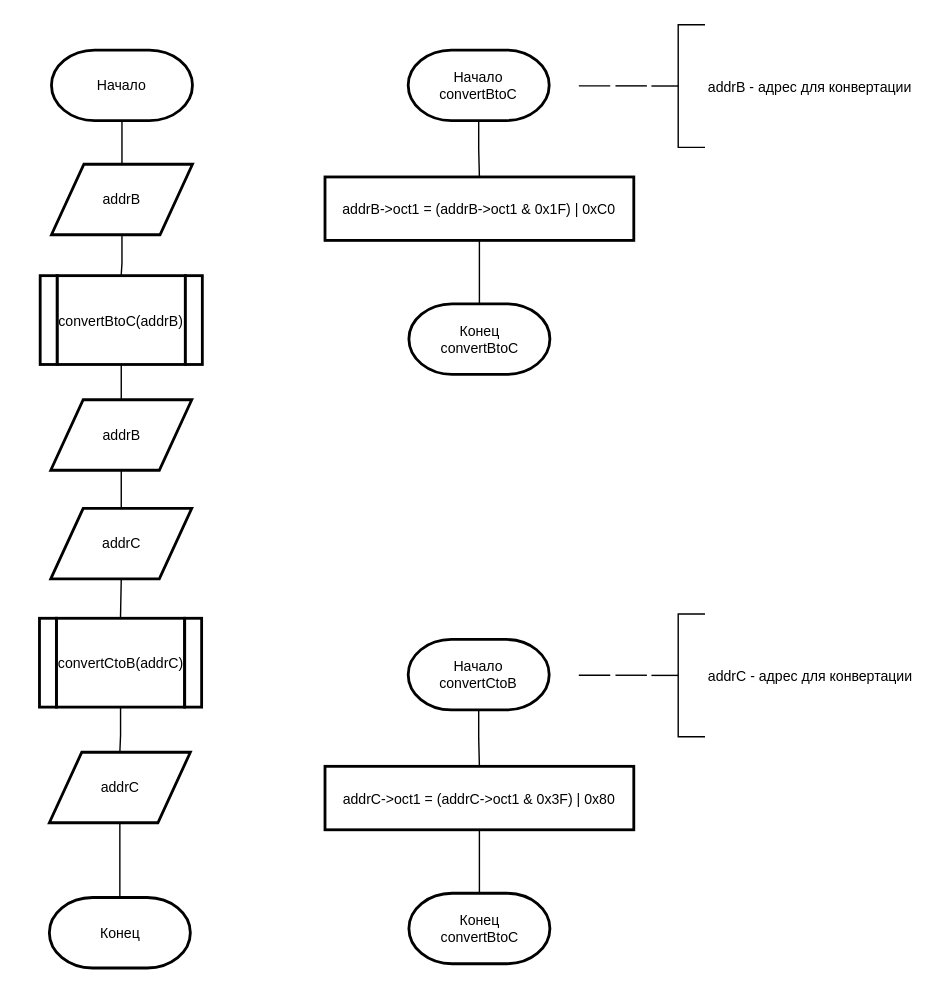
The draw.io diagram page "main" (1 of 2) of labs/011/3311sharpinskiy-lab00.drawio in Pyc-Nya/leti-programming-1-course, before the edit. Source tidied: cells renumbered, new cells numbered last; positions are measured from the earlier drawing's top-left corner, leaving out a move shared by most shapes. Both pictures are drawn from the tidied source at 141%, with x=0, y=0 at pixel (24, 24).
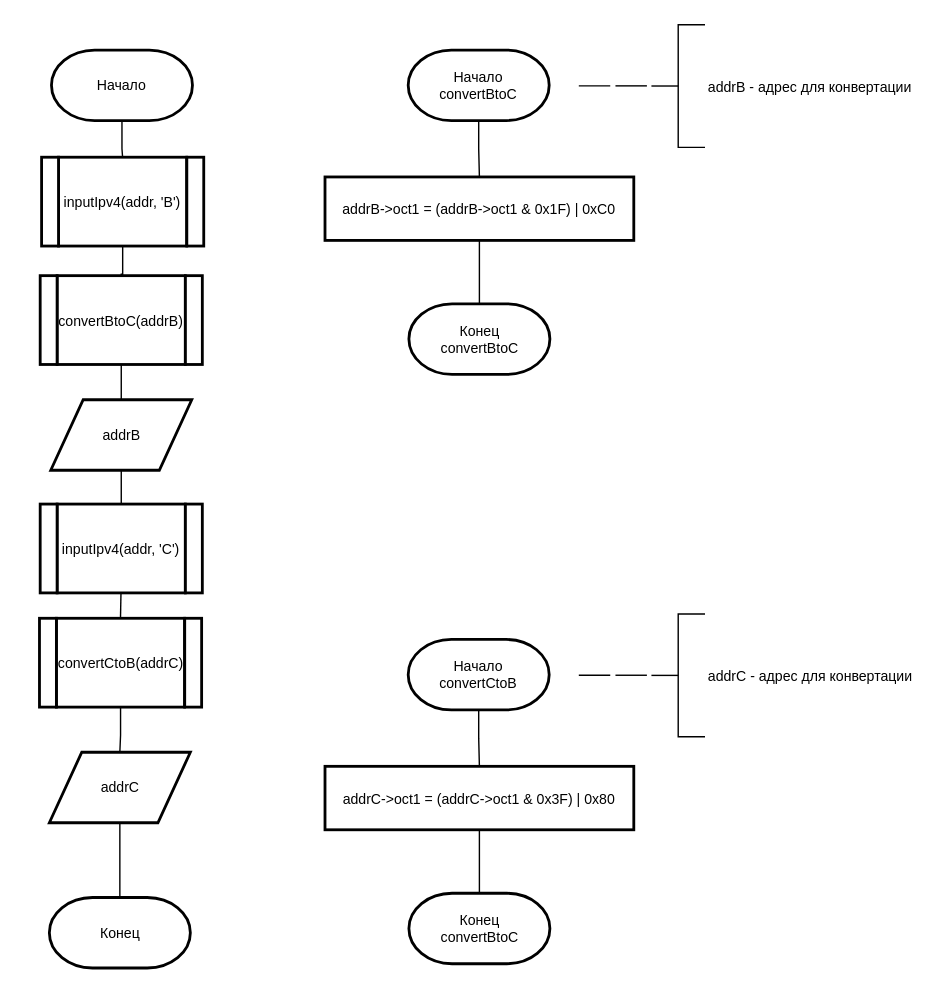
The same page after the edit.

Unchanged cells that the change refers to:
```xml
<mxCell id="3" value="Начало" style="strokeWidth=2;html=1;shape=mxgraph.flowchart.terminator;whiteSpace=wrap;fontSize=10;" parent="1" vertex="1">
  <mxGeometry x="19" y="18" width="100" height="50" as="geometry" />
</mxCell>
<mxCell id="8" value="&lt;span style=&quot;font-size: 10px;&quot;&gt;convertBtoC(addrB)&lt;/span&gt;" style="rounded=0;whiteSpace=wrap;html=1;absoluteArcSize=1;arcSize=14;strokeWidth=2;" parent="7" vertex="1">
  <mxGeometry x="23" width="90.9" height="63" as="geometry" />
</mxCell>
<mxCell id="12" value="addrB" style="shape=parallelogram;html=1;strokeWidth=2;perimeter=parallelogramPerimeter;whiteSpace=wrap;rounded=0;arcSize=12;size=0.23;fontSize=10;" parent="1" vertex="1">
  <mxGeometry x="18.5" y="266" width="100" height="50" as="geometry" />
</mxCell>
<mxCell id="16" value="&lt;span style=&quot;font-size: 10px;&quot;&gt;convertCtoB(addrC)&lt;/span&gt;" style="rounded=0;whiteSpace=wrap;html=1;absoluteArcSize=1;arcSize=14;strokeWidth=2;" parent="15" vertex="1">
  <mxGeometry x="21" y="8" width="90.9" height="63" as="geometry" />
</mxCell>
```

Diff of the diagram source:
```diff
@@
-    <mxCell id="2" style="edgeStyle=orthogonalEdgeStyle;rounded=0;jettySize=auto;html=1;entryX=0.5;entryY=0;entryDx=0;entryDy=0;endArrow=none;endFill=0;" parent="1" edge="1" source="3" target="6">
-      <mxGeometry relative="1" as="geometry" />
-    </mxCell>
+    <mxCell id="39" style="edgeStyle=orthogonalEdgeStyle;rounded=0;jettySize=auto;html=1;entryX=0.5;entryY=0;entryDx=0;entryDy=0;endArrow=none;endFill=0;" parent="1" edge="1" source="3" target="41">
+      <mxGeometry relative="1" as="geometry" />
+    </mxCell>
@@
-    <mxCell id="5" style="edgeStyle=orthogonalEdgeStyle;rounded=0;jettySize=auto;html=1;entryX=0.5;entryY=0;entryDx=0;entryDy=0;endArrow=none;endFill=0;" parent="1" edge="1" source="6" target="8">
-      <mxGeometry relative="1" as="geometry" />
-    </mxCell>
-    <mxCell id="6" value="addrB" style="shape=parallelogram;html=1;strokeWidth=2;perimeter=parallelogramPerimeter;whiteSpace=wrap;rounded=0;arcSize=12;size=0.23;fontSize=10;" parent="1" vertex="1">
-      <mxGeometry x="19" y="99" width="100" height="50" as="geometry" />
-    </mxCell>
@@
-    <mxCell id="11" style="edgeStyle=orthogonalEdgeStyle;rounded=0;jettySize=auto;html=1;entryX=0.5;entryY=0;entryDx=0;entryDy=0;endArrow=none;endFill=0;" parent="1" edge="1" source="12" target="14">
-      <mxGeometry relative="1" as="geometry" />
+    <mxCell id="11" style="edgeStyle=orthogonalEdgeStyle;rounded=0;jettySize=auto;html=1;entryX=0.5;entryY=0;entryDx=0;entryDy=0;endArrow=none;endFill=0;" parent="1" edge="1" source="12">
+      <mxGeometry relative="1" as="geometry">
+        <mxPoint x="68.5" y="343" as="targetPoint" />
+      </mxGeometry>
     </mxCell>
@@
-    <mxCell id="13" style="edgeStyle=orthogonalEdgeStyle;rounded=0;jettySize=auto;html=1;exitX=0.5;exitY=1;exitDx=0;exitDy=0;entryX=0.5;entryY=0;entryDx=0;entryDy=0;endArrow=none;endFill=0;" parent="1" edge="1" source="14" target="16">
-      <mxGeometry relative="1" as="geometry" />
+    <mxCell id="13" style="edgeStyle=orthogonalEdgeStyle;rounded=0;jettySize=auto;html=1;exitX=0.5;exitY=1;exitDx=0;exitDy=0;entryX=0.5;entryY=0;entryDx=0;entryDy=0;endArrow=none;endFill=0;" parent="1" edge="1" target="16">
+      <mxGeometry relative="1" as="geometry">
+        <mxPoint x="68.5" y="393" as="sourcePoint" />
+      </mxGeometry>
     </mxCell>
-    <mxCell id="14" value="addrC" style="shape=parallelogram;html=1;strokeWidth=2;perimeter=parallelogramPerimeter;whiteSpace=wrap;rounded=0;arcSize=12;size=0.23;fontSize=10;" parent="1" vertex="1">
-      <mxGeometry x="18.5" y="343" width="100" height="50" as="geometry" />
-    </mxCell>
@@
+    <mxCell id="40" style="group;" parent="1" vertex="1">
+      <mxGeometry x="1" y="94" width="137" height="63" as="geometry" />
+    </mxCell>
+    <mxCell id="41" value="&lt;span style=&quot;font-size: 10px;&quot;&gt;inputIpv4(addr, 'B')&lt;/span&gt;" style="rounded=0;whiteSpace=wrap;html=1;absoluteArcSize=1;arcSize=14;strokeWidth=2;" parent="40" vertex="1">
+      <mxGeometry x="23" width="90.9" height="63" as="geometry" />
+    </mxCell>
+    <mxCell id="42" style="rounded=0;whiteSpace=wrap;html=1;absoluteArcSize=1;arcSize=14;strokeWidth=2;" parent="40" vertex="1">
+      <mxGeometry x="11" width="12" height="63" as="geometry" />
+    </mxCell>
+    <mxCell id="43" style="rounded=0;whiteSpace=wrap;html=1;absoluteArcSize=1;arcSize=14;strokeWidth=2;" parent="40" vertex="1">
+      <mxGeometry x="114" width="12" height="63" as="geometry" />
+    </mxCell>
+    <mxCell id="44" style="edgeStyle=orthogonalEdgeStyle;rounded=0;jettySize=auto;html=1;entryX=0.5;entryY=0;entryDx=0;entryDy=0;endArrow=none;endFill=0;" parent="1" edge="1" source="41" target="8">
+      <mxGeometry relative="1" as="geometry" />
+    </mxCell>
+    <mxCell id="45" style="group;" parent="1" vertex="1">
+      <mxGeometry y="340" width="137" height="63" as="geometry" />
+    </mxCell>
+    <mxCell id="46" value="&lt;span style=&quot;font-size: 10px;&quot;&gt;inputIpv4(addr, 'C')&lt;/span&gt;" style="rounded=0;whiteSpace=wrap;html=1;absoluteArcSize=1;arcSize=14;strokeWidth=2;" parent="45" vertex="1">
+      <mxGeometry x="23" width="90.9" height="63" as="geometry" />
+    </mxCell>
+    <mxCell id="47" style="rounded=0;whiteSpace=wrap;html=1;absoluteArcSize=1;arcSize=14;strokeWidth=2;" parent="45" vertex="1">
+      <mxGeometry x="11" width="12" height="63" as="geometry" />
+    </mxCell>
+    <mxCell id="48" style="rounded=0;whiteSpace=wrap;html=1;absoluteArcSize=1;arcSize=14;strokeWidth=2;" parent="45" vertex="1">
+      <mxGeometry x="114" width="12" height="63" as="geometry" />
+    </mxCell>
```
